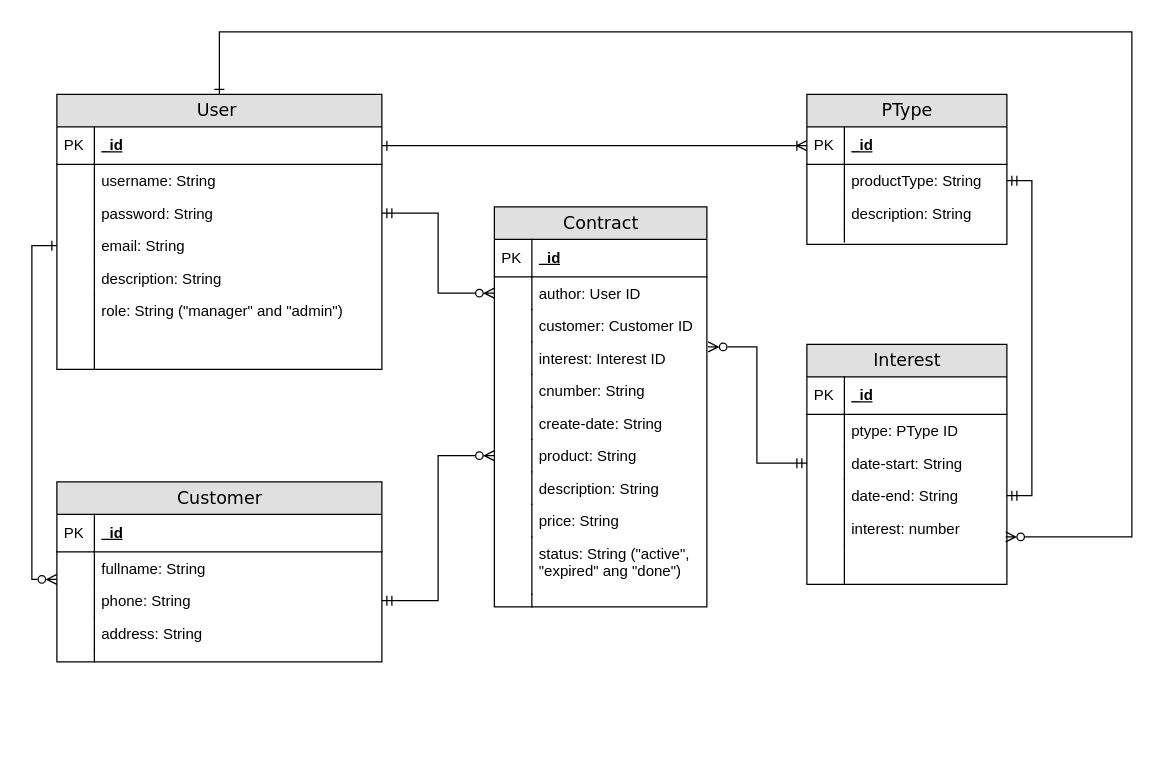
nhuttuan239/Pawn-BE keeps this draw.io diagram as docs/Entity relationship Diagram.drawio. Above is the earlier version. Source tidied: cells renumbered, new cells numbered last; positions are measured from the earlier drawing's top-left corner, leaving out a move shared by most shapes. Both pictures are drawn from the tidied source at 125%, with x=0, y=0 at pixel (56, 31).
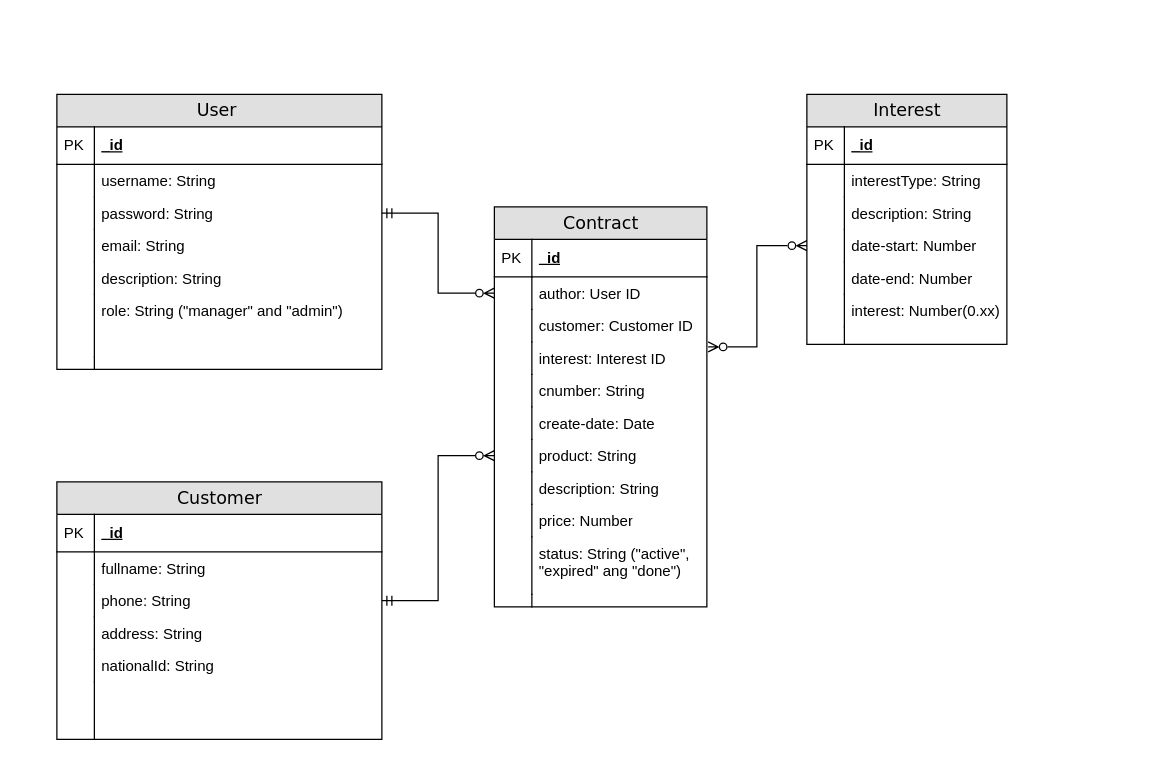
The same page after the edit.

The change refers to these unchanged cells:
```xml
<mxCell id="2" value="Contract" style="swimlane;html=1;fontStyle=0;horizontal=1;startSize=26;fillColor=#e0e0e0;swimlaneFillColor=#ffffff;align=center;rounded=0;shadow=0;comic=0;labelBackgroundColor=none;strokeWidth=1;fontFamily=Verdana;fontSize=14;swimlaneLine=1;" parent="1" vertex="1">
  <mxGeometry x="350" y="140" width="170" height="320" as="geometry" />
</mxCell>
<mxCell id="9" value="interest: Interest ID" style="shape=partialRectangle;top=0;left=0;right=0;bottom=0;html=1;align=left;verticalAlign=top;fillColor=none;spacingLeft=34;spacingRight=4;whiteSpace=wrap;overflow=hidden;points=[[0,0.5],[1,0.5]];portConstraint=eastwest;" parent="2" vertex="1">
  <mxGeometry y="108" width="170" height="26" as="geometry" />
</mxCell>
<mxCell id="25" value="User&amp;nbsp;" style="swimlane;html=1;fontStyle=0;horizontal=1;startSize=26;fillColor=#e0e0e0;swimlaneFillColor=#ffffff;align=center;rounded=0;shadow=0;comic=0;labelBackgroundColor=none;strokeWidth=1;fontFamily=Verdana;fontSize=14;" parent="1" vertex="1">
  <mxGeometry y="50" width="260" height="220" as="geometry" />
</mxCell>
<mxCell id="26" value="_id" style="shape=partialRectangle;top=0;left=0;right=0;bottom=1;html=1;align=left;verticalAlign=middle;fillColor=none;spacingLeft=34;spacingRight=4;whiteSpace=wrap;overflow=hidden;points=[[0,0.5],[1,0.5]];portConstraint=eastwest;fontStyle=5;" parent="25" vertex="1">
  <mxGeometry y="26" width="260" height="30" as="geometry" />
</mxCell>
<mxCell id="32" value="email: String" style="shape=partialRectangle;top=0;left=0;right=0;bottom=0;html=1;align=left;verticalAlign=top;fillColor=none;spacingLeft=34;spacingRight=4;whiteSpace=wrap;overflow=hidden;points=[[0,0.5],[1,0.5]];portConstraint=eastwest;" parent="25" vertex="1">
  <mxGeometry y="108" width="260" height="26" as="geometry" />
</mxCell>
<mxCell id="54" value="_id" style="shape=partialRectangle;top=0;left=0;right=0;bottom=1;html=1;align=left;verticalAlign=middle;fillColor=none;spacingLeft=34;spacingRight=4;whiteSpace=wrap;overflow=hidden;points=[[0,0.5],[1,0.5]];portConstraint=eastwest;fontStyle=5;" parent="53" vertex="1">
  <mxGeometry y="26" width="160" height="30" as="geometry" />
</mxCell>
<mxCell id="65" value="fullname: String" style="shape=partialRectangle;top=0;left=0;right=0;bottom=0;html=1;align=left;verticalAlign=top;fillColor=none;spacingLeft=34;spacingRight=4;whiteSpace=wrap;overflow=hidden;points=[[0,0.5],[1,0.5]];portConstraint=eastwest;" parent="62" vertex="1">
  <mxGeometry y="56" width="260" height="26" as="geometry" />
</mxCell>
```

What changed in the source:
```diff
@@
-    <mxCell id="13" value="create-date: String" style="shape=partialRectangle;top=0;left=0;right=0;bottom=0;html=1;align=left;verticalAlign=top;fillColor=none;spacingLeft=34;spacingRight=4;whiteSpace=wrap;overflow=hidden;" parent="2" vertex="1">
+    <mxCell id="13" value="create-date: Date" style="shape=partialRectangle;top=0;left=0;right=0;bottom=0;html=1;align=left;verticalAlign=top;fillColor=none;spacingLeft=34;spacingRight=4;whiteSpace=wrap;overflow=hidden;" parent="2" vertex="1">
       <mxGeometry y="160" width="170" height="26" as="geometry" />
     </mxCell>
@@
-    <mxCell id="19" value="price: String" style="shape=partialRectangle;top=0;left=0;right=0;bottom=0;html=1;align=left;verticalAlign=top;fillColor=none;spacingLeft=34;spacingRight=4;whiteSpace=wrap;overflow=hidden;" parent="2" vertex="1">
+    <mxCell id="19" value="price: Number" style="shape=partialRectangle;top=0;left=0;right=0;bottom=0;html=1;align=left;verticalAlign=top;fillColor=none;spacingLeft=34;spacingRight=4;whiteSpace=wrap;overflow=hidden;" parent="2" vertex="1">
       <mxGeometry y="238" width="170" height="26" as="geometry" />
     </mxCell>
@@
-    <mxCell id="40" value="Interest" style="swimlane;html=1;fontStyle=0;horizontal=1;startSize=26;fillColor=#e0e0e0;swimlaneFillColor=#ffffff;align=center;rounded=0;shadow=0;comic=0;labelBackgroundColor=none;strokeWidth=1;fontFamily=Verdana;fontSize=14;" parent="1" vertex="1">
-      <mxGeometry x="600" y="250" width="160" height="192" as="geometry" />
-    </mxCell>
-    <mxCell id="41" value="_id" style="shape=partialRectangle;top=0;left=0;right=0;bottom=1;html=1;align=left;verticalAlign=middle;fillColor=none;spacingLeft=34;spacingRight=4;whiteSpace=wrap;overflow=hidden;fontStyle=5;" parent="40" vertex="1">
-      <mxGeometry y="26" width="160" height="30" as="geometry" />
-    </mxCell>
-    <mxCell id="42" value="PK" style="shape=partialRectangle;top=0;left=0;bottom=0;html=1;fillColor=none;align=left;verticalAlign=middle;spacingLeft=4;spacingRight=4;whiteSpace=wrap;overflow=hidden;" parent="41" vertex="1">
-      <mxGeometry width="30" height="30" as="geometry" />
-    </mxCell>
-    <mxCell id="43" value="ptype: PType ID" style="shape=partialRectangle;top=0;left=0;right=0;bottom=0;html=1;align=left;verticalAlign=top;fillColor=none;spacingLeft=34;spacingRight=4;whiteSpace=wrap;overflow=hidden;" parent="40" vertex="1">
-      <mxGeometry y="56" width="160" height="26" as="geometry" />
-    </mxCell>
-    <mxCell id="44" style="shape=partialRectangle;top=0;left=0;bottom=0;html=1;fillColor=none;align=left;verticalAlign=top;spacingLeft=4;spacingRight=4;whiteSpace=wrap;overflow=hidden;" parent="43" vertex="1">
-      <mxGeometry width="30" height="26" as="geometry" />
-    </mxCell>
-    <mxCell id="45" value="date-start: String" style="shape=partialRectangle;top=0;left=0;right=0;bottom=0;html=1;align=left;verticalAlign=top;fillColor=none;spacingLeft=34;spacingRight=4;whiteSpace=wrap;overflow=hidden;points=[[0,0.5],[1,0.5]];portConstraint=eastwest;" parent="40" vertex="1">
-      <mxGeometry y="82" width="160" height="26" as="geometry" />
-    </mxCell>
-    <mxCell id="46" style="shape=partialRectangle;top=0;left=0;bottom=0;html=1;fillColor=none;align=left;verticalAlign=top;spacingLeft=4;spacingRight=4;whiteSpace=wrap;overflow=hidden;" parent="45" vertex="1">
-      <mxGeometry width="30" height="26" as="geometry" />
-    </mxCell>
-    <mxCell id="47" value="date-end: String" style="shape=partialRectangle;top=0;left=0;right=0;bottom=0;html=1;align=left;verticalAlign=top;fillColor=none;spacingLeft=34;spacingRight=4;whiteSpace=wrap;overflow=hidden;points=[[0,0.5],[1,0.5]];portConstraint=eastwest;" parent="40" vertex="1">
-      <mxGeometry y="108" width="160" height="26" as="geometry" />
-    </mxCell>
-    <mxCell id="48" style="shape=partialRectangle;top=0;left=0;bottom=0;html=1;fillColor=none;align=left;verticalAlign=top;spacingLeft=4;spacingRight=4;whiteSpace=wrap;overflow=hidden;" parent="47" vertex="1">
-      <mxGeometry width="30" height="26" as="geometry" />
-    </mxCell>
-    <mxCell id="49" value="interest&lt;span style=&quot;background-color: initial;&quot;&gt;: number&lt;/span&gt;" style="shape=partialRectangle;top=0;left=0;right=0;bottom=0;html=1;align=left;verticalAlign=top;fillColor=none;spacingLeft=34;spacingRight=4;whiteSpace=wrap;overflow=hidden;" parent="40" vertex="1">
-      <mxGeometry y="134" width="160" height="26" as="geometry" />
-    </mxCell>
-    <mxCell id="50" style="shape=partialRectangle;top=0;left=0;bottom=0;html=1;fillColor=none;align=left;verticalAlign=top;spacingLeft=4;spacingRight=4;whiteSpace=wrap;overflow=hidden;" parent="49" vertex="1">
-      <mxGeometry width="30" height="26" as="geometry" />
-    </mxCell>
-    <mxCell id="51" style="shape=partialRectangle;top=0;left=0;right=0;bottom=0;html=1;align=left;verticalAlign=top;fillColor=none;spacingLeft=34;spacingRight=4;whiteSpace=wrap;overflow=hidden;points=[[0,0.5],[1,0.5]];portConstraint=eastwest;" parent="40" vertex="1">
-      <mxGeometry y="160" width="160" height="32" as="geometry" />
-    </mxCell>
-    <mxCell id="52" style="shape=partialRectangle;top=0;left=0;bottom=0;html=1;fillColor=none;align=left;verticalAlign=top;spacingLeft=4;spacingRight=4;whiteSpace=wrap;overflow=hidden;" parent="51" vertex="1">
-      <mxGeometry width="30" height="32" as="geometry" />
-    </mxCell>
-    <mxCell id="53" value="PType" style="swimlane;html=1;fontStyle=0;horizontal=1;startSize=26;fillColor=#e0e0e0;swimlaneFillColor=#ffffff;align=center;rounded=0;shadow=0;comic=0;labelBackgroundColor=none;strokeWidth=1;fontFamily=Verdana;fontSize=14;" parent="1" vertex="1">
-      <mxGeometry x="600" y="50" width="160" height="120" as="geometry" />
+    <mxCell id="53" value="Interest" style="swimlane;html=1;fontStyle=0;horizontal=1;startSize=26;fillColor=#e0e0e0;swimlaneFillColor=#ffffff;align=center;rounded=0;shadow=0;comic=0;labelBackgroundColor=none;strokeWidth=1;fontFamily=Verdana;fontSize=14;" parent="1" vertex="1">
+      <mxGeometry x="600" y="50" width="160" height="200" as="geometry" />
     </mxCell>
@@
-    <mxCell id="56" value="productType: String" style="shape=partialRectangle;top=0;left=0;right=0;bottom=0;html=1;align=left;verticalAlign=top;fillColor=none;spacingLeft=34;spacingRight=4;whiteSpace=wrap;overflow=hidden;points=[[0,0.5],[1,0.5]];portConstraint=eastwest;" parent="53" vertex="1">
+    <mxCell id="56" value="interestType: String" style="shape=partialRectangle;top=0;left=0;right=0;bottom=0;html=1;align=left;verticalAlign=top;fillColor=none;spacingLeft=34;spacingRight=4;whiteSpace=wrap;overflow=hidden;points=[[0,0.5],[1,0.5]];portConstraint=eastwest;" parent="53" vertex="1">
       <mxGeometry y="56" width="160" height="26" as="geometry" />
     </mxCell>
@@
+    <mxCell id="45" value="date-start: Number" style="shape=partialRectangle;top=0;left=0;right=0;bottom=0;html=1;align=left;verticalAlign=top;fillColor=none;spacingLeft=34;spacingRight=4;whiteSpace=wrap;overflow=hidden;points=[[0,0.5],[1,0.5]];portConstraint=eastwest;" parent="53" vertex="1">
+      <mxGeometry y="108" width="160" height="26" as="geometry" />
+    </mxCell>
+    <mxCell id="46" style="shape=partialRectangle;top=0;left=0;bottom=0;html=1;fillColor=none;align=left;verticalAlign=top;spacingLeft=4;spacingRight=4;whiteSpace=wrap;overflow=hidden;" parent="45" vertex="1">
+      <mxGeometry width="30" height="26" as="geometry" />
+    </mxCell>
+    <mxCell id="47" value="date-end: Number" style="shape=partialRectangle;top=0;left=0;right=0;bottom=0;html=1;align=left;verticalAlign=top;fillColor=none;spacingLeft=34;spacingRight=4;whiteSpace=wrap;overflow=hidden;points=[[0,0.5],[1,0.5]];portConstraint=eastwest;" parent="53" vertex="1">
+      <mxGeometry y="134" width="160" height="26" as="geometry" />
+    </mxCell>
+    <mxCell id="48" style="shape=partialRectangle;top=0;left=0;bottom=0;html=1;fillColor=none;align=left;verticalAlign=top;spacingLeft=4;spacingRight=4;whiteSpace=wrap;overflow=hidden;" parent="47" vertex="1">
+      <mxGeometry width="30" height="26" as="geometry" />
+    </mxCell>
+    <mxCell id="49" value="interest&lt;span style=&quot;background-color: initial;&quot;&gt;: Number(0.xx)&lt;/span&gt;" style="shape=partialRectangle;top=0;left=0;right=0;bottom=0;html=1;align=left;verticalAlign=top;fillColor=none;spacingLeft=34;spacingRight=4;whiteSpace=wrap;overflow=hidden;" parent="53" vertex="1">
+      <mxGeometry y="160" width="160" height="26" as="geometry" />
+    </mxCell>
+    <mxCell id="50" style="shape=partialRectangle;top=0;left=0;bottom=0;html=1;fillColor=none;align=left;verticalAlign=top;spacingLeft=4;spacingRight=4;whiteSpace=wrap;overflow=hidden;" parent="49" vertex="1">
+      <mxGeometry width="30" height="26" as="geometry" />
+    </mxCell>
     <mxCell id="60" style="shape=partialRectangle;top=0;left=0;right=0;bottom=0;html=1;align=left;verticalAlign=top;fillColor=none;spacingLeft=34;spacingRight=4;whiteSpace=wrap;overflow=hidden;" parent="53" vertex="1">
-      <mxGeometry y="108" width="160" height="10" as="geometry" />
+      <mxGeometry y="186" width="160" height="14" as="geometry" />
     </mxCell>
     <mxCell id="61" style="shape=partialRectangle;top=0;left=0;bottom=0;html=1;fillColor=none;align=left;verticalAlign=top;spacingLeft=4;spacingRight=4;whiteSpace=wrap;overflow=hidden;" parent="60" vertex="1">
-      <mxGeometry width="30" height="10" as="geometry" />
+      <mxGeometry width="30" height="14" as="geometry" />
     </mxCell>
     <mxCell id="62" value="Customer" style="swimlane;html=1;fontStyle=0;horizontal=1;startSize=26;fillColor=#e0e0e0;swimlaneFillColor=#ffffff;align=center;rounded=0;shadow=0;comic=0;labelBackgroundColor=none;strokeWidth=1;fontFamily=Verdana;fontSize=14;" parent="1" vertex="1">
-      <mxGeometry y="360" width="260" height="144" as="geometry" />
+      <mxGeometry y="360" width="260" height="206" as="geometry" />
     </mxCell>
@@
+    <mxCell id="80" value="nationalId: String" style="shape=partialRectangle;top=0;left=0;right=0;bottom=0;html=1;align=left;verticalAlign=top;fillColor=none;spacingLeft=34;spacingRight=4;whiteSpace=wrap;overflow=hidden;" parent="62" vertex="1">
+      <mxGeometry y="134" width="260" height="26" as="geometry" />
+    </mxCell>
+    <mxCell id="44" style="shape=partialRectangle;top=0;left=0;bottom=0;html=1;fillColor=none;align=left;verticalAlign=top;spacingLeft=4;spacingRight=4;whiteSpace=wrap;overflow=hidden;" parent="80" vertex="1">
+      <mxGeometry width="30" height="26" as="geometry" />
+    </mxCell>
     <mxCell id="71" style="shape=partialRectangle;top=0;left=0;right=0;bottom=0;html=1;align=left;verticalAlign=top;fillColor=none;spacingLeft=34;spacingRight=4;whiteSpace=wrap;overflow=hidden;" parent="62" vertex="1">
-      <mxGeometry y="134" width="260" height="10" as="geometry" />
+      <mxGeometry y="160" width="260" height="46" as="geometry" />
     </mxCell>
     <mxCell id="72" style="shape=partialRectangle;top=0;left=0;bottom=0;html=1;fillColor=none;align=left;verticalAlign=top;spacingLeft=4;spacingRight=4;whiteSpace=wrap;overflow=hidden;" parent="71" vertex="1">
-      <mxGeometry width="30" height="10" as="geometry" />
+      <mxGeometry width="30" height="46" as="geometry" />
     </mxCell>
@@
-    <mxCell id="74" style="edgeStyle=orthogonalEdgeStyle;rounded=0;jettySize=auto;html=1;exitX=0;exitY=0.5;exitDx=0;exitDy=0;entryX=0;entryY=0.846;entryDx=0;entryDy=0;entryPerimeter=0;endArrow=ERzeroToMany;endFill=0;startArrow=ERone;startFill=0;" parent="1" edge="1" source="32" target="65">
-      <mxGeometry relative="1" as="geometry" />
-    </mxCell>
@@
-    <mxCell id="76" style="edgeStyle=orthogonalEdgeStyle;rounded=0;jettySize=auto;html=1;exitX=1;exitY=0.5;exitDx=0;exitDy=0;entryX=1;entryY=0.5;entryDx=0;entryDy=0;startArrow=ERmandOne;startFill=0;endArrow=ERmandOne;endFill=0;" parent="1" edge="1" source="56" target="47">
-      <mxGeometry relative="1" as="geometry" />
-    </mxCell>
-    <mxCell id="77" style="edgeStyle=orthogonalEdgeStyle;rounded=0;jettySize=auto;html=1;exitX=1;exitY=0.5;exitDx=0;exitDy=0;entryX=0;entryY=0.5;entryDx=0;entryDy=0;startArrow=ERone;startFill=0;endArrow=ERoneToMany;endFill=0;" parent="1" edge="1" source="26" target="54">
-      <mxGeometry relative="1" as="geometry" />
-    </mxCell>
-    <mxCell id="78" style="edgeStyle=orthogonalEdgeStyle;rounded=0;jettySize=auto;html=1;exitX=0;exitY=0.5;exitDx=0;exitDy=0;entryX=1.006;entryY=0.154;entryDx=0;entryDy=0;entryPerimeter=0;startArrow=ERmandOne;startFill=0;endArrow=ERzeroToMany;endFill=0;" parent="1" edge="1" source="45" target="9">
+    <mxCell id="78" style="edgeStyle=orthogonalEdgeStyle;rounded=0;jettySize=auto;html=1;exitX=0;exitY=0.5;exitDx=0;exitDy=0;entryX=1.006;entryY=0.154;entryDx=0;entryDy=0;entryPerimeter=0;startArrow=ERzeroToMany;startFill=0;endArrow=ERzeroToMany;endFill=0;" parent="1" edge="1" source="45" target="9">
       <mxGeometry relative="1" as="geometry" />
     </mxCell>
-    <mxCell id="79" style="edgeStyle=orthogonalEdgeStyle;rounded=0;jettySize=auto;html=1;entryX=0.994;entryY=-0.187;entryDx=0;entryDy=0;entryPerimeter=0;startArrow=ERone;startFill=0;endArrow=ERzeroToMany;endFill=0;" parent="1" edge="1" source="25" target="51">
-      <mxGeometry relative="1" as="geometry">
-        <Array as="points">
-          <mxPoint x="130" />
-          <mxPoint x="860" />
-          <mxPoint x="860" y="404" />
-        </Array>
-      </mxGeometry>
-    </mxCell>
```
